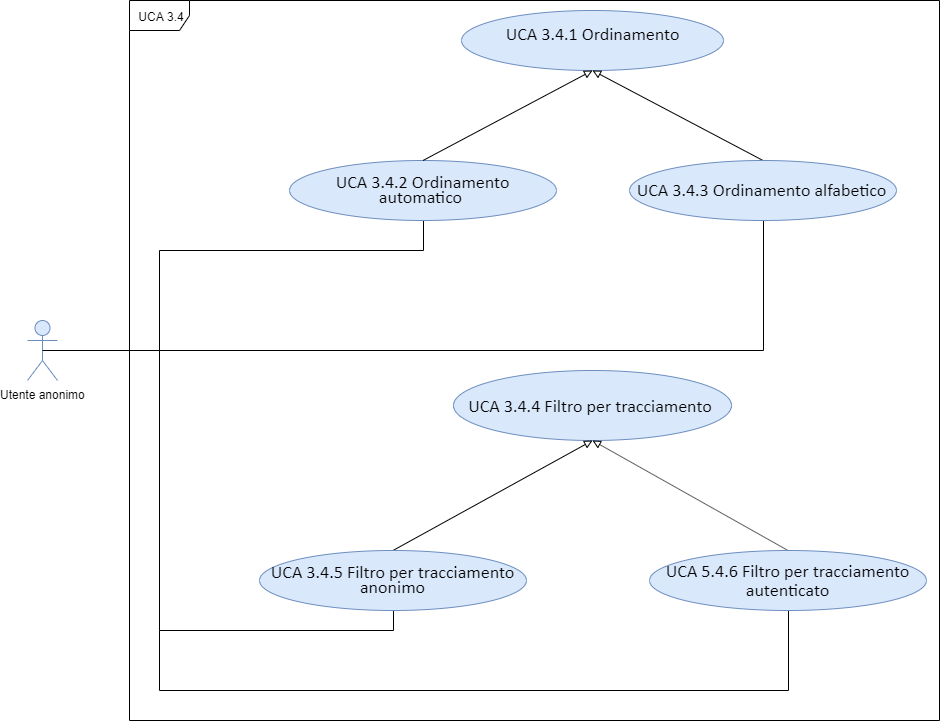
Before: DocumentazioneEsterna/AnalisiRequisiti/sezioni/UseCase/Immagini/UCA3.4.png, a diagram exported from draw.io (qb-team/Stalker-Documentazione). Source tidied: cells renumbered, new cells last; positions are measured from the earlier drawing's top-left corner, leaving out a move shared by most shapes.
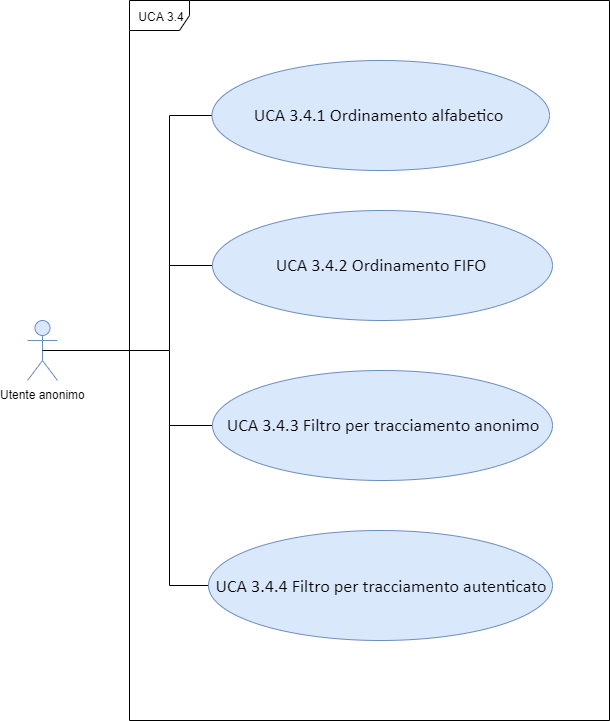
The same file after the commit.

Diff of the diagram source:
```diff
@@ -3,71 +3,45 @@
     <mxCell id="0" />
     <mxCell id="1" parent="0" />
     <mxCell id="2" value="UCA 3.4" style="shape=umlFrame;whiteSpace=wrap;html=1;" parent="1" vertex="1">
-      <mxGeometry x="102" width="810" height="720" as="geometry" />
+      <mxGeometry x="102" width="480" height="720" as="geometry" />
     </mxCell>
     <mxCell id="3" value="Utente anonimo" style="shape=umlActor;verticalLabelPosition=bottom;labelBackgroundColor=#ffffff;verticalAlign=top;html=1;outlineConnect=0;fillColor=#dae8fc;strokeColor=#6c8ebf;" parent="1" vertex="1">
       <mxGeometry y="320" width="30" height="60" as="geometry" />
     </mxCell>
-    <mxCell id="4" value="&lt;div style=&quot;text-align: left&quot;&gt;&lt;span style=&quot;line-height: 107% ; font-family: &amp;#34;calibri&amp;#34; , sans-serif&quot;&gt;&lt;font style=&quot;font-size: 18px&quot;&gt;UCA 3.4.1 Ordinamento&lt;/font&gt;&lt;/span&gt;&lt;br&gt;&lt;/div&gt;&lt;p class=&quot;MsoListParagraph&quot; style=&quot;text-indent: -18.0pt&quot;&gt;&lt;/p&gt;" style="ellipse;whiteSpace=wrap;html=1;fillColor=#dae8fc;strokeColor=#6c8ebf;" parent="1" vertex="1">
-      <mxGeometry x="434" y="10" width="262" height="60" as="geometry" />
-    </mxCell>
-    <mxCell id="5" value="&lt;span style=&quot;line-height: 107% ; font-family: &amp;#34;calibri&amp;#34; , sans-serif&quot;&gt;&lt;font style=&quot;font-size: 18px&quot;&gt;UCA 3.4.4&amp;nbsp;&lt;span style=&quot;line-height: 107% ; font-family: &amp;#34;calibri&amp;#34; , sans-serif&quot;&gt;Filtro per tracciamento&amp;nbsp;&lt;/span&gt;&lt;/font&gt;&lt;br&gt;&lt;/span&gt;" style="ellipse;whiteSpace=wrap;html=1;fillColor=#dae8fc;strokeColor=#6c8ebf;" parent="1" vertex="1">
-      <mxGeometry x="426" y="370" width="278" height="70" as="geometry" />
-    </mxCell>
-    <mxCell id="6" style="edgeStyle=orthogonalEdgeStyle;rounded=0;jettySize=auto;html=1;exitX=0.5;exitY=1;exitDx=0;exitDy=0;entryX=0.5;entryY=0.5;entryDx=0;entryDy=0;entryPerimeter=0;endArrow=none;endFill=0;" parent="1" edge="1" source="7" target="3">
+    <mxCell id="6" style="edgeStyle=orthogonalEdgeStyle;rounded=0;jettySize=auto;html=1;exitX=0;exitY=0.5;exitDx=0;exitDy=0;entryX=0.5;entryY=0.5;entryDx=0;entryDy=0;entryPerimeter=0;endArrow=none;endFill=0;" parent="1" edge="1" source="7" target="3">
       <mxGeometry relative="1" as="geometry">
         <Array as="points">
-          <mxPoint x="396" y="250" />
-          <mxPoint x="132" y="250" />
-          <mxPoint x="132" y="350" />
+          <mxPoint x="142" y="115" />
+          <mxPoint x="142" y="350" />
         </Array>
       </mxGeometry>
     </mxCell>
-    <mxCell id="7" value="&lt;span style=&quot;line-height: 107% ; font-family: &amp;#34;calibri&amp;#34; , sans-serif&quot;&gt;&lt;font style=&quot;font-size: 18px&quot;&gt;UCA 3.4.2 Ordinamento automatico&amp;nbsp;&lt;/font&gt;&lt;/span&gt;" style="ellipse;whiteSpace=wrap;html=1;fillColor=#dae8fc;strokeColor=#6c8ebf;" parent="1" vertex="1">
-      <mxGeometry x="262" y="160" width="267" height="60" as="geometry" />
+    <mxCell id="7" value="&lt;span style=&quot;font-family: &amp;#34;calibri&amp;#34; , sans-serif ; font-size: 18px ; white-space: normal&quot;&gt;UCA 3.4.1 Ordinamento alfabetico&amp;nbsp;&lt;/span&gt;" style="ellipse;whiteSpace=wrap;html=1;fillColor=#dae8fc;strokeColor=#6c8ebf;" parent="1" vertex="1">
+      <mxGeometry x="184.5" y="60" width="337.5" height="110" as="geometry" />
     </mxCell>
-    <mxCell id="8" style="rounded=0;jettySize=auto;html=1;exitX=0.5;exitY=0;exitDx=0;exitDy=0;entryX=0.5;entryY=1;entryDx=0;entryDy=0;endArrow=block;endFill=0;" parent="1" edge="1" source="10" target="4">
-      <mxGeometry relative="1" as="geometry" />
-    </mxCell>
-    <mxCell id="9" style="edgeStyle=orthogonalEdgeStyle;rounded=0;jettySize=auto;html=1;exitX=0.5;exitY=1;exitDx=0;exitDy=0;endArrow=none;endFill=0;" parent="1" edge="1" source="10">
-      <mxGeometry relative="1" as="geometry">
-        <mxPoint x="132" y="350" as="targetPoint" />
-        <Array as="points">
-          <mxPoint x="736" y="350" />
-        </Array>
-      </mxGeometry>
-    </mxCell>
+    <mxCell id="18" style="edgeStyle=orthogonalEdgeStyle;rounded=0;jettySize=auto;html=1;exitX=0;exitY=0.5;exitDx=0;exitDy=0;endArrow=none;endFill=0;" parent="1" edge="1" source="10">
+      <mxGeometry relative="1" as="geometry">
+        <mxPoint x="142" y="265" as="targetPoint" />
+      </mxGeometry>
+    </mxCell>
-    <mxCell id="10" value="&lt;span style=&quot;line-height: 107% ; font-family: &amp;#34;calibri&amp;#34; , sans-serif&quot;&gt;&lt;font style=&quot;font-size: 18px&quot;&gt;UCA 3.4.3 Ordinamento alfabetico&amp;nbsp;&lt;/font&gt;&lt;/span&gt;" style="ellipse;whiteSpace=wrap;html=1;fillColor=#dae8fc;strokeColor=#6c8ebf;" parent="1" vertex="1">
-      <mxGeometry x="602" y="160" width="267" height="60" as="geometry" />
+    <mxCell id="10" value="&lt;span style=&quot;line-height: 107% ; font-family: &amp;#34;calibri&amp;#34; , sans-serif&quot;&gt;&lt;font style=&quot;font-size: 18px&quot;&gt;UCA 3.4.2 Ordinamento FIFO&amp;nbsp;&lt;/font&gt;&lt;/span&gt;" style="ellipse;whiteSpace=wrap;html=1;fillColor=#dae8fc;strokeColor=#6c8ebf;" parent="1" vertex="1">
+      <mxGeometry x="185" y="210" width="340" height="110" as="geometry" />
     </mxCell>
-    <mxCell id="11" style="edgeStyle=none;rounded=0;jettySize=auto;html=1;exitX=0.5;exitY=0;exitDx=0;exitDy=0;entryX=0.5;entryY=1;entryDx=0;entryDy=0;endArrow=block;endFill=0;" parent="1" edge="1" source="13" target="5">
-      <mxGeometry relative="1" as="geometry" />
-    </mxCell>
-    <mxCell id="12" style="edgeStyle=orthogonalEdgeStyle;rounded=0;jettySize=auto;html=1;exitX=0.5;exitY=1;exitDx=0;exitDy=0;endArrow=none;endFill=0;" parent="1" edge="1" source="13">
-      <mxGeometry relative="1" as="geometry">
-        <mxPoint x="132" y="630" as="targetPoint" />
-        <Array as="points">
-          <mxPoint x="761" y="690" />
-          <mxPoint x="132" y="690" />
-        </Array>
-      </mxGeometry>
-    </mxCell>
+    <mxCell id="19" style="edgeStyle=orthogonalEdgeStyle;rounded=0;jettySize=auto;html=1;exitX=0;exitY=0.5;exitDx=0;exitDy=0;endArrow=none;endFill=0;" parent="1" edge="1" source="13">
+      <mxGeometry relative="1" as="geometry">
+        <mxPoint x="142" y="420" as="targetPoint" />
+      </mxGeometry>
+    </mxCell>
-    <mxCell id="13" value="&lt;span style=&quot;line-height: 107% ; font-family: &amp;#34;calibri&amp;#34; , sans-serif&quot;&gt;&lt;font style=&quot;font-size: 18px&quot;&gt;UCA 5.4.6&amp;nbsp;&lt;span style=&quot;line-height: 107% ; font-family: &amp;#34;calibri&amp;#34; , sans-serif&quot;&gt;Filtro per tracciamento autenticato&lt;/span&gt;&lt;/font&gt;&lt;br&gt;&lt;/span&gt;" style="ellipse;whiteSpace=wrap;html=1;fillColor=#dae8fc;strokeColor=#6c8ebf;" parent="1" vertex="1">
-      <mxGeometry x="622" y="550" width="277" height="60" as="geometry" />
+    <mxCell id="13" value="&lt;span style=&quot;line-height: 107% ; font-family: &amp;#34;calibri&amp;#34; , sans-serif&quot;&gt;&lt;font style=&quot;font-size: 18px&quot;&gt;UCA 3.4.4&amp;nbsp;&lt;span style=&quot;line-height: 107% ; font-family: &amp;#34;calibri&amp;#34; , sans-serif&quot;&gt;Filtro per tracciamento autenticato&lt;/span&gt;&lt;/font&gt;&lt;br&gt;&lt;/span&gt;" style="ellipse;whiteSpace=wrap;html=1;fillColor=#dae8fc;strokeColor=#6c8ebf;" parent="1" vertex="1">
+      <mxGeometry x="181" y="530" width="344" height="110" as="geometry" />
     </mxCell>
-    <mxCell id="14" style="edgeStyle=none;rounded=0;jettySize=auto;html=1;exitX=0.5;exitY=0;exitDx=0;exitDy=0;entryX=0.5;entryY=1;entryDx=0;entryDy=0;endArrow=block;endFill=0;" parent="1" edge="1" source="16" target="5">
-      <mxGeometry relative="1" as="geometry" />
-    </mxCell>
-    <mxCell id="15" style="edgeStyle=orthogonalEdgeStyle;rounded=0;jettySize=auto;html=1;exitX=0.5;exitY=1;exitDx=0;exitDy=0;endArrow=none;endFill=0;" parent="1" edge="1" source="16">
-      <mxGeometry relative="1" as="geometry">
-        <mxPoint x="132" y="350" as="targetPoint" />
-      </mxGeometry>
-    </mxCell>
+    <mxCell id="20" style="edgeStyle=orthogonalEdgeStyle;rounded=0;jettySize=auto;html=1;exitX=0;exitY=0.5;exitDx=0;exitDy=0;endArrow=none;endFill=0;" parent="1" edge="1" source="16">
+      <mxGeometry relative="1" as="geometry">
+        <mxPoint x="142" y="350" as="targetPoint" />
+      </mxGeometry>
+    </mxCell>
-    <mxCell id="16" value="&lt;span style=&quot;line-height: 107% ; font-family: &amp;#34;calibri&amp;#34; , sans-serif&quot;&gt;&lt;font style=&quot;font-size: 18px&quot;&gt;UCA 3.4.5 Filtro per tracciamento anonimo&lt;/font&gt;&lt;/span&gt;" style="ellipse;whiteSpace=wrap;html=1;fillColor=#dae8fc;strokeColor=#6c8ebf;" parent="1" vertex="1">
-      <mxGeometry x="232" y="550" width="267" height="60" as="geometry" />
+    <mxCell id="16" value="&lt;span style=&quot;line-height: 107% ; font-family: &amp;#34;calibri&amp;#34; , sans-serif&quot;&gt;&lt;font style=&quot;font-size: 18px&quot;&gt;UCA 3.4.3 Filtro per tracciamento anonimo&lt;/font&gt;&lt;/span&gt;" style="ellipse;whiteSpace=wrap;html=1;fillColor=#dae8fc;strokeColor=#6c8ebf;" parent="1" vertex="1">
+      <mxGeometry x="185" y="370" width="340" height="110" as="geometry" />
     </mxCell>
-    <mxCell id="17" style="endArrow=block;html=1;exitX=0.5;exitY=0;exitDx=0;exitDy=0;entryX=0.5;entryY=1;entryDx=0;entryDy=0;endFill=0;" parent="1" edge="1" source="7" target="4">
-      <mxGeometry relative="1" as="geometry" />
-    </mxCell>
   </root>
 </mxGraphModel>
```
